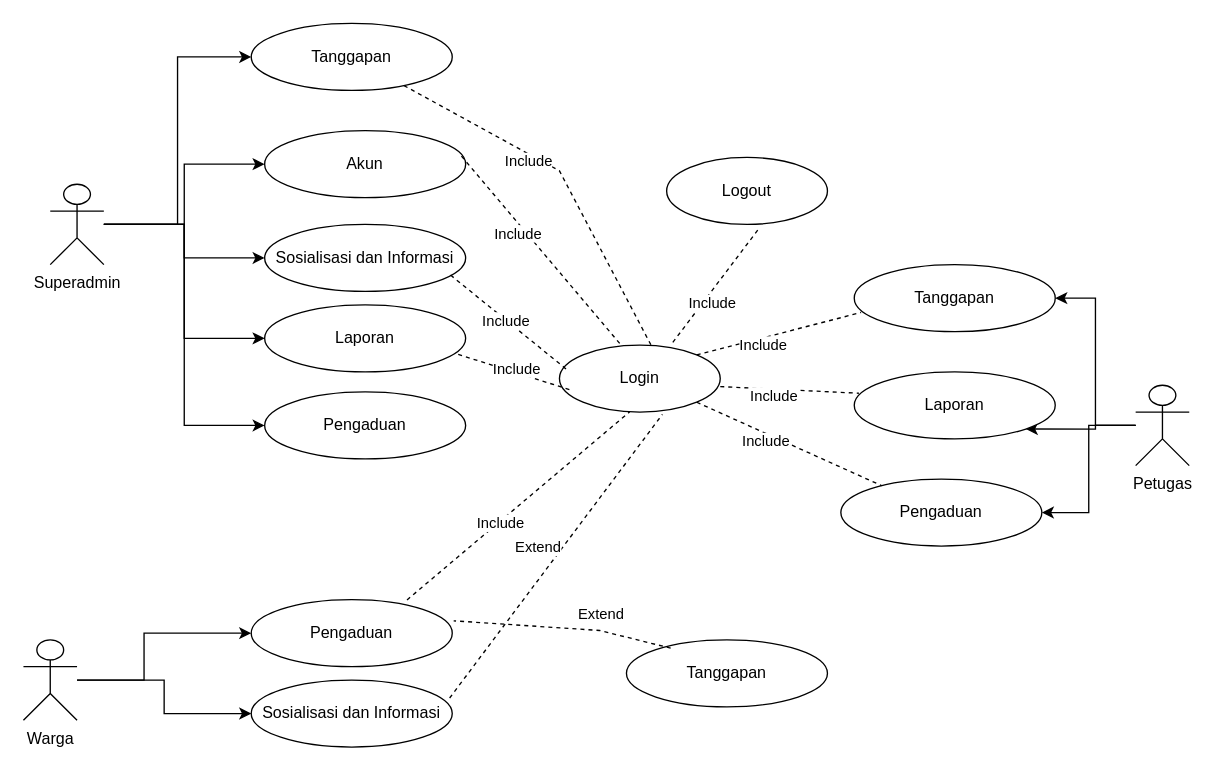
Before: sistem_layanan_publik_berbasis_e-service_quality.drawio in pramudyabimo/pramudyabimo, a draw.io diagram. Source tidied: cells renumbered, new cells numbered last; positions are measured from the earlier drawing's top-left corner, leaving out a move shared by most shapes. Both pictures are drawn from the tidied source at 134%, with x=0, y=0 at pixel (23, 23).
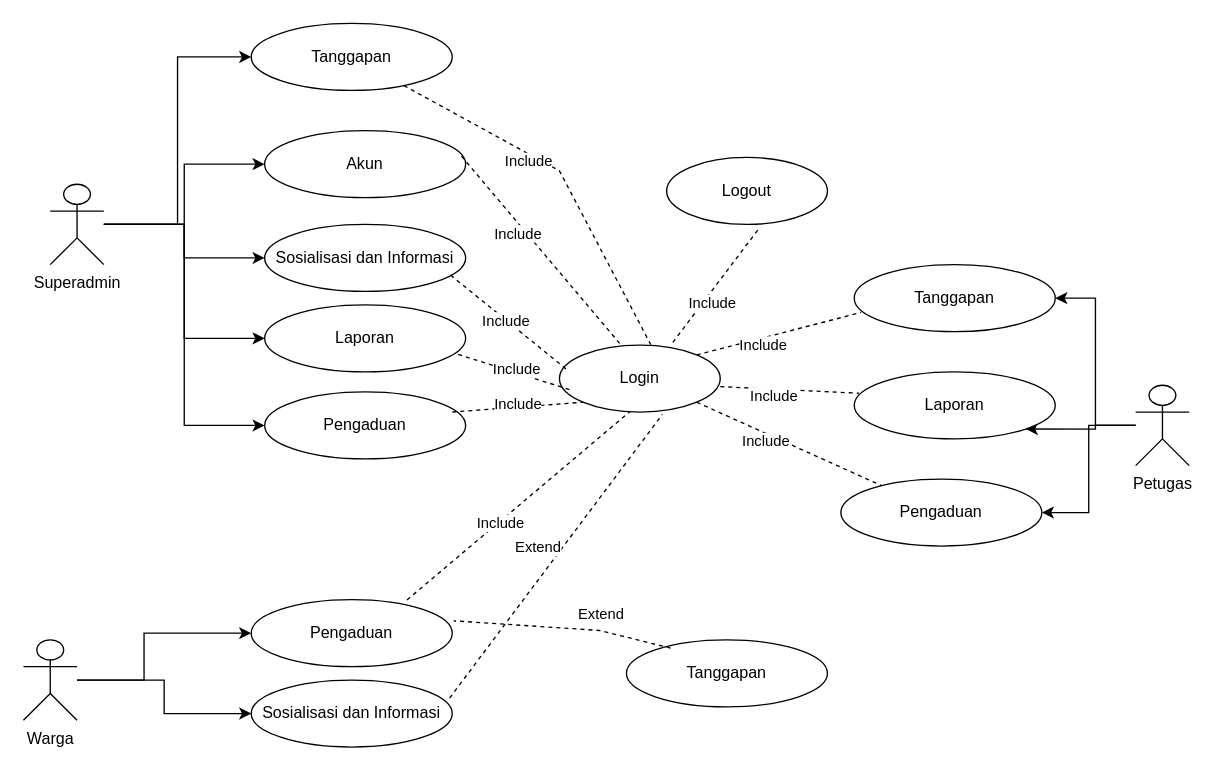
Above is the later version.

The change refers to these unchanged cells:
```xml
<mxCell id="15" value="Login" style="ellipse;whiteSpace=wrap;html=1;" parent="1" vertex="1">
  <mxGeometry x="400" y="240" width="120" height="50" as="geometry" />
</mxCell>
```

Diff of the diagram source:
```diff
@@
+    <mxCell id="51" style="endArrow=none;dashed=1;html=1;rounded=0;entryX=0;entryY=1;entryDx=0;entryDy=0;exitX=0.963;exitY=0.74;exitDx=0;exitDy=0;exitPerimeter=0;" parent="1" edge="1" target="15">
+      <mxGeometry relative="1" as="geometry">
+        <mxPoint x="320" y="290" as="sourcePoint" />
+      </mxGeometry>
+    </mxCell>
+    <mxCell id="52" value="Include" style="edgeLabel;html=1;align=center;verticalAlign=middle;" parent="51" vertex="1">
+      <mxGeometry x="-0.01" y="3" relative="1" as="geometry">
+        <mxPoint x="1" as="offset" />
+      </mxGeometry>
+    </mxCell>
```
